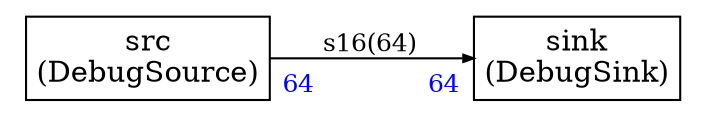
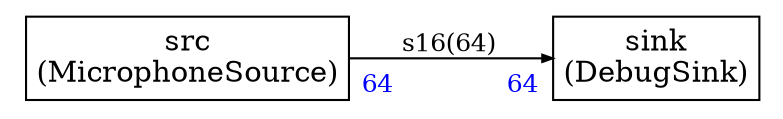






digraph structs {
    bgcolor = "white"
    node [shape=plaintext,color="black",fontcolor="black",fontname="Times-Roman"]
    rankdir=LR
    edge [arrowsize="0.5",color="black",fontcolor="black",fontname="Times-Roman"]


sink [label=<
<TABLE color="black" bgcolor="none" BORDER="0" CELLBORDER="1" CELLSPACING="0" CELLPADDING="4">
  <TR>
    <TD ALIGN="CENTER" PORT="i"><FONT COLOR="black" POINT-SIZE="14.0">sink<BR/>(DebugSink)</FONT></TD>
  </TR>
</TABLE>>];

src [label=<
<TABLE color="black" bgcolor="none" BORDER="0" CELLBORDER="1" CELLSPACING="0" CELLPADDING="4">
  <TR>
-     <TD ALIGN="CENTER" PORT="i"><FONT COLOR="black" POINT-SIZE="14.0">src<BR/>(DebugSource)</FONT></TD>
+     <TD ALIGN="CENTER" PORT="i"><FONT COLOR="black" POINT-SIZE="14.0">src<BR/>(MicrophoneSource)</FONT></TD>
  </TR>
</TABLE>>];



src:i -> sink:i [style="solid",color="black",fontsize="12.0",fontcolor="black",label=<s16(64)>
,headlabel=<<TABLE BORDER="0" CELLPADDING="4"><TR><TD><FONT COLOR="blue" POINT-SIZE="12.0" >64</FONT>
</TD></TR></TABLE>>
,taillabel=<<TABLE BORDER="0" CELLPADDING="4"><TR><TD><FONT COLOR="blue" POINT-SIZE="12.0" >64</FONT>
</TD></TR></TABLE>>]




}
